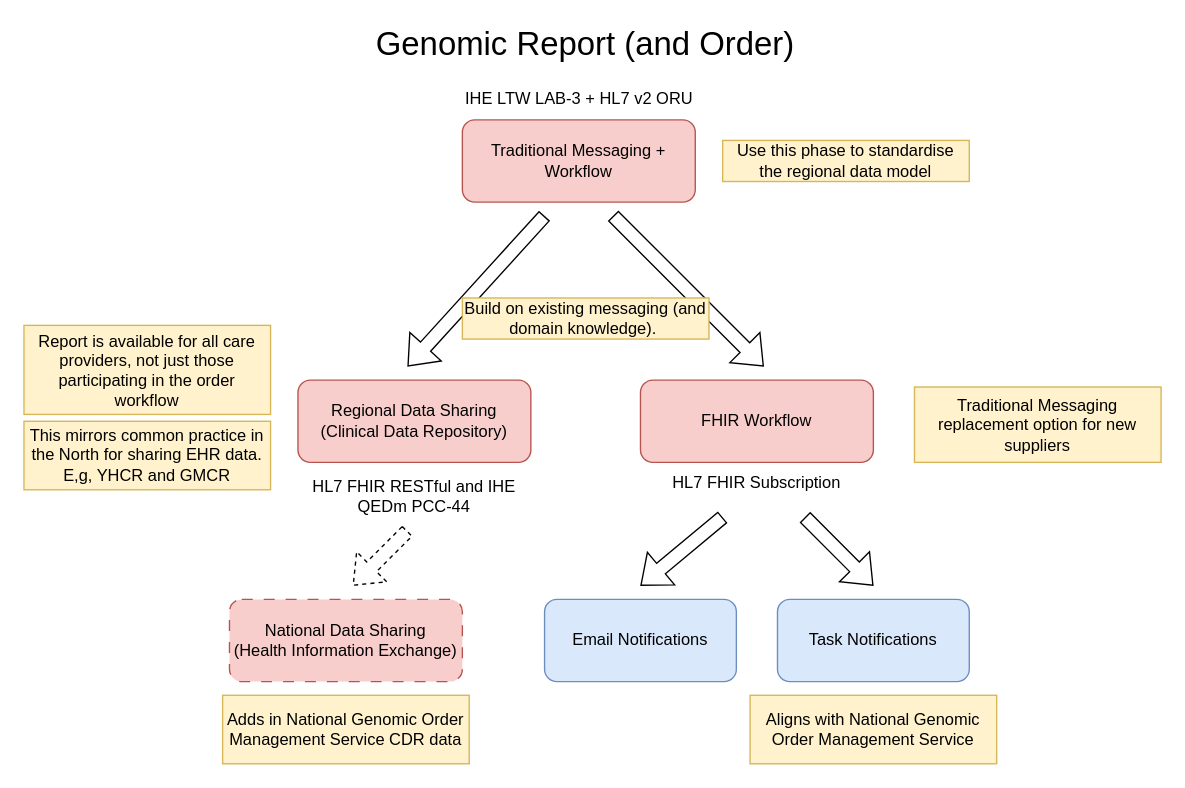
The draw.io diagram DrawIo/Modernisation IHE LTW LAB-3.drawio in nw-gmsa/nw-gmsa.github.com, before the edit. Source tidied: cells renumbered, new cells numbered last; positions are measured from the earlier drawing's top-left corner, leaving out a move shared by most shapes. Both pictures are drawn from the tidied source at 137%, with x=0, y=0 at pixel (23, 23).
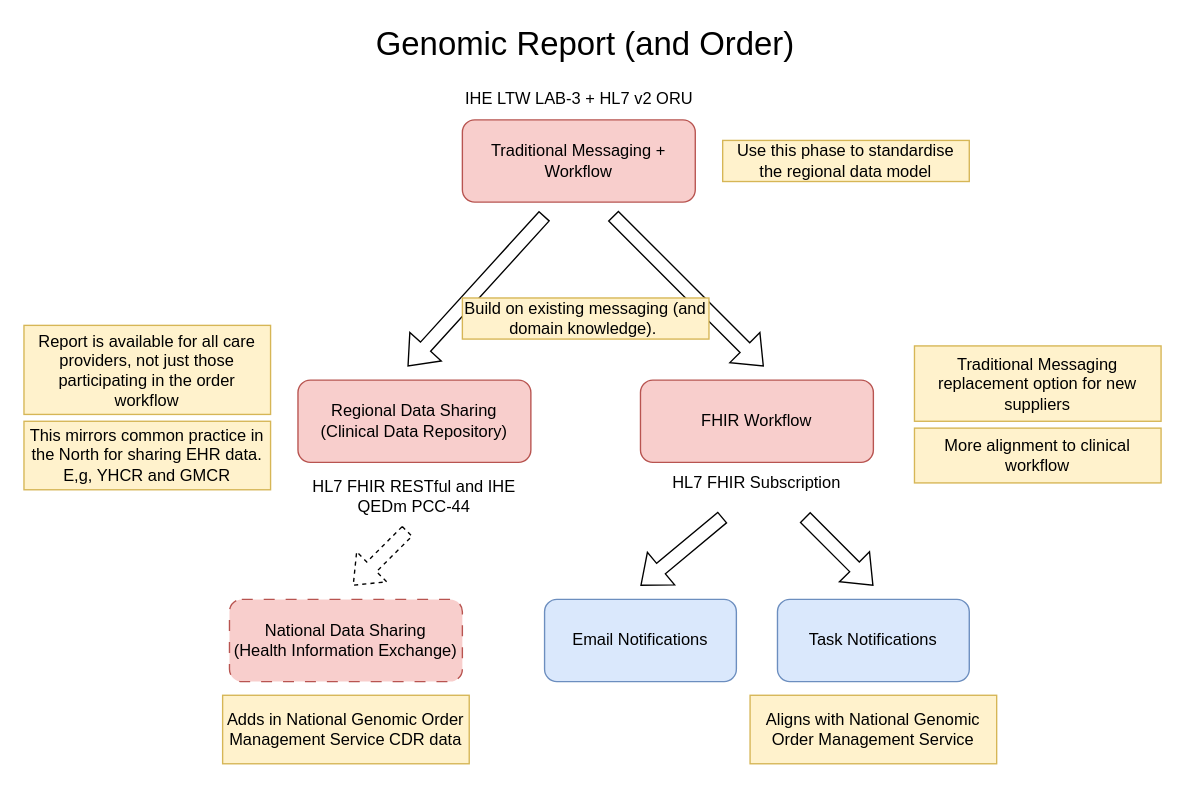
After the change.

Commit message (it also covers changes not shown here):
Modelling overview added

Change to the diagram source:
```diff
@@
     <mxCell id="15" value="Traditional Messaging replacement option for new suppliers" style="text;html=1;align=center;verticalAlign=middle;whiteSpace=wrap;rounded=0;fillColor=#fff2cc;strokeColor=#d6b656;" parent="1" vertex="1">
-      <mxGeometry x="650" y="265" width="180" height="55" as="geometry" />
+      <mxGeometry x="650" y="235" width="180" height="55" as="geometry" />
     </mxCell>
@@
+    <mxCell id="24" value="More alignment to clinical workflow" style="text;html=1;align=center;verticalAlign=middle;whiteSpace=wrap;rounded=0;fillColor=#fff2cc;strokeColor=#d6b656;" parent="1" vertex="1">
+      <mxGeometry x="650" y="295" width="180" height="40" as="geometry" />
+    </mxCell>
```
